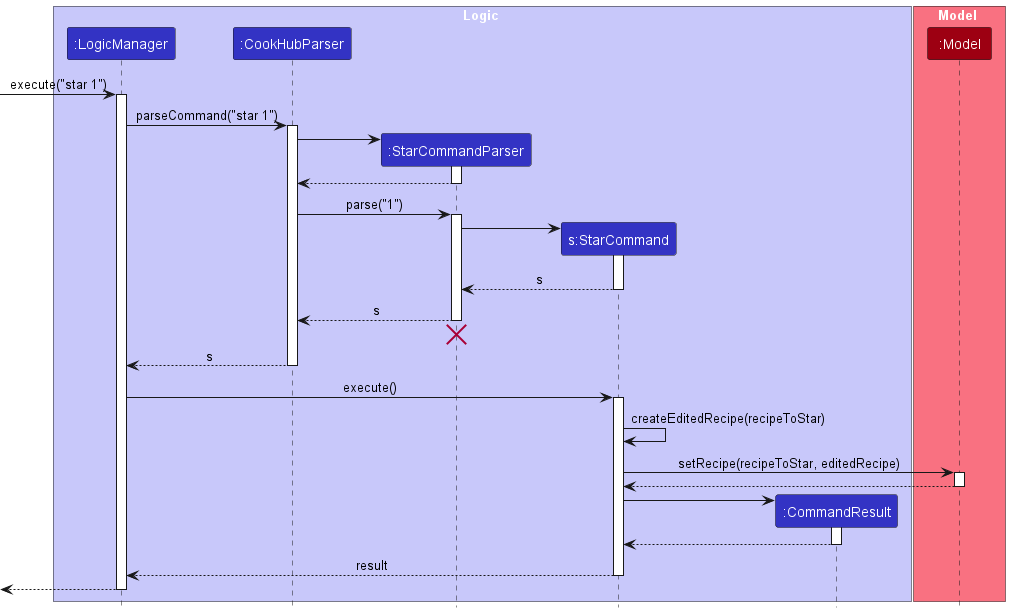
nus-cs2103-AY2223S2/tp keeps this PlantUML diagram as docs/images/StarSequenceDiagram.png. Above is the earlier version.
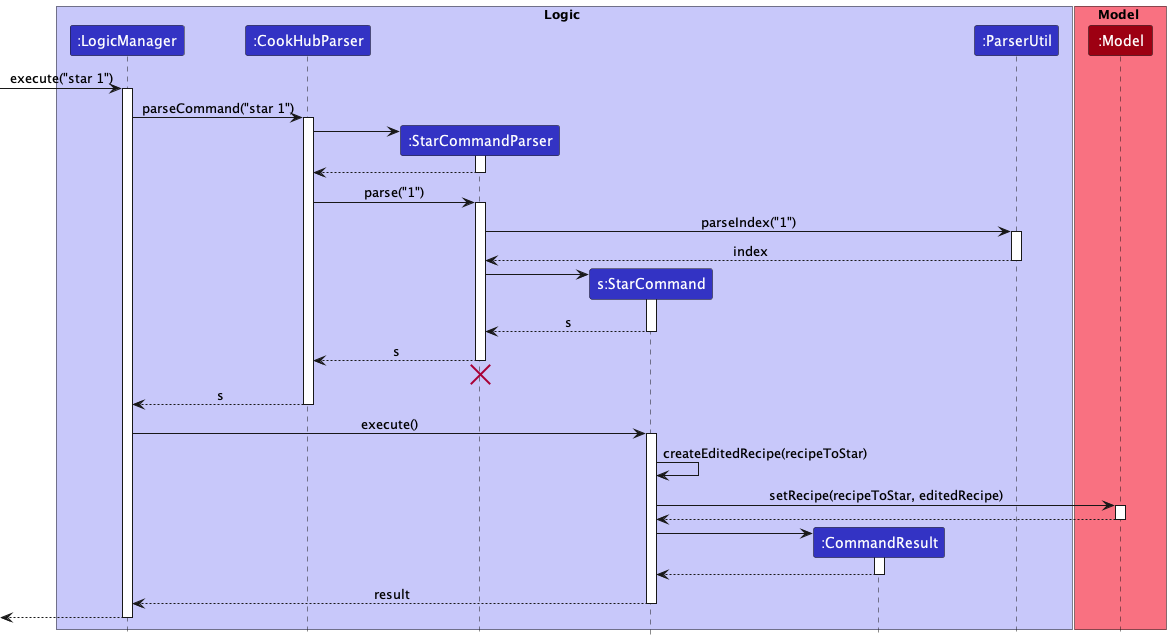
The same file after the commit.

Diff of the diagram source:
```diff
@@ -7,6 +7,7 @@
 participant ":StarCommandParser" as StarCommandParser LOGIC_COLOR
 participant "s:StarCommand" as StarCommand LOGIC_COLOR
 participant ":CommandResult" as CommandResult LOGIC_COLOR
+participant ":ParserUtil" as ParserUtil LOGIC_COLOR
 end box
 
 box Model MODEL_COLOR_T1
@@ -28,6 +29,12 @@
 
 CookHubParser -> StarCommandParser : parse("1")
 activate StarCommandParser
+
+StarCommandParser -> ParserUtil : parseIndex("1")
+activate ParserUtil
+
+ParserUtil --> StarCommandParser : index
+deactivate ParserUtil
 
 create StarCommand
 StarCommandParser -> StarCommand
```
